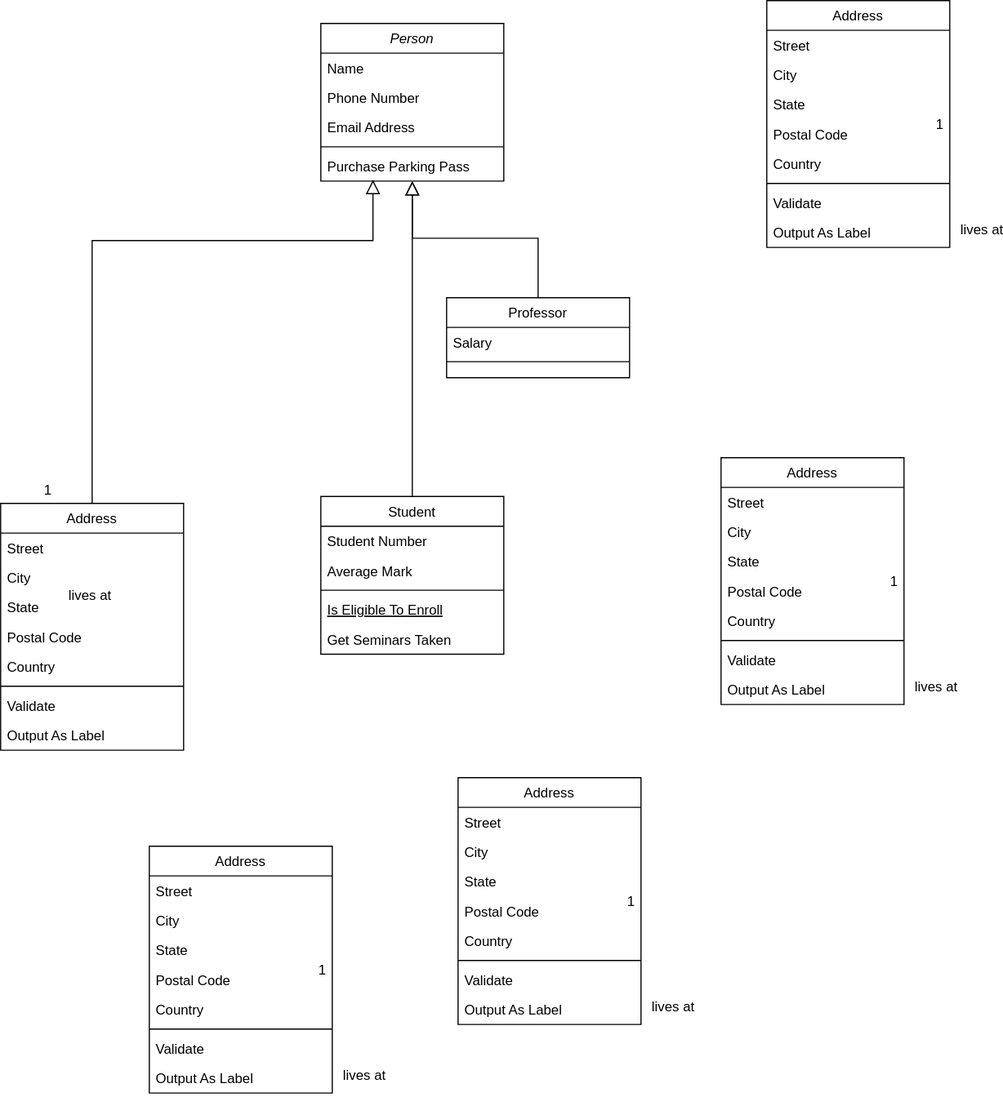
This is TestProgram.drawio.svg from Nuttph/FlowChartTestProgram, a draw.io export, as it was before one commit. Source tidied: cells renumbered, new cells last; positions are measured from the earlier drawing's top-left corner, leaving out a move shared by most shapes.
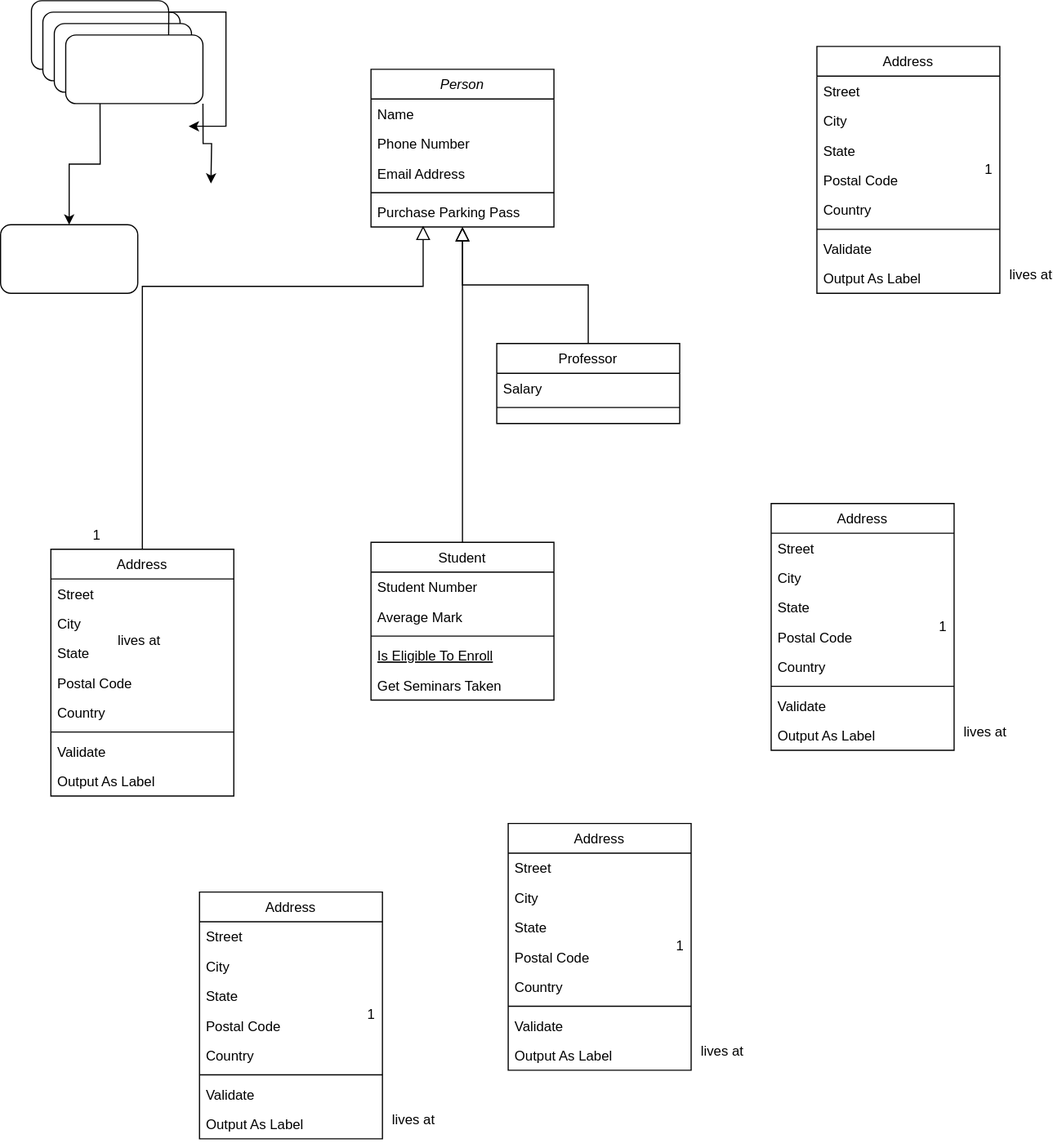
The same diagram one commit later.

Diff of the diagram source:
```diff
@@ -225,5 +225,33 @@
         </Array>
       </mxGeometry>
     </mxCell>
+    <mxCell id="75" style="rounded=1;whiteSpace=wrap;html=1;" parent="1" vertex="1">
+      <mxGeometry x="-17" y="-40" width="120" height="60" as="geometry" />
+    </mxCell>
+    <mxCell id="76" style="rounded=1;whiteSpace=wrap;html=1;" parent="1" vertex="1">
+      <mxGeometry x="-7" y="-30" width="120" height="60" as="geometry" />
+    </mxCell>
+    <mxCell id="77" style="rounded=1;whiteSpace=wrap;html=1;" parent="1" vertex="1">
+      <mxGeometry x="3" y="-20" width="120" height="60" as="geometry" />
+    </mxCell>
+    <mxCell id="78" style="edgeStyle=orthogonalEdgeStyle;rounded=0;jettySize=auto;html=1;exitX=0.25;exitY=1;exitDx=0;exitDy=0;" parent="1" edge="1" source="81" target="82">
+      <mxGeometry relative="1" as="geometry" />
+    </mxCell>
+    <mxCell id="79" style="edgeStyle=orthogonalEdgeStyle;rounded=0;jettySize=auto;html=1;exitX=1;exitY=1;exitDx=0;exitDy=0;" parent="1" edge="1" source="81">
+      <mxGeometry relative="1" as="geometry">
+        <mxPoint x="140" y="120" as="targetPoint" />
+      </mxGeometry>
+    </mxCell>
+    <mxCell id="80" style="edgeStyle=orthogonalEdgeStyle;rounded=0;jettySize=auto;html=1;exitX=0.75;exitY=0;exitDx=0;exitDy=0;" parent="1" edge="1" source="81">
+      <mxGeometry relative="1" as="geometry">
+        <mxPoint x="120" y="70" as="targetPoint" />
+      </mxGeometry>
+    </mxCell>
+    <mxCell id="81" style="rounded=1;whiteSpace=wrap;html=1;" parent="1" vertex="1">
+      <mxGeometry x="13" y="-10" width="120" height="60" as="geometry" />
+    </mxCell>
+    <mxCell id="82" style="rounded=1;whiteSpace=wrap;html=1;" parent="1" vertex="1">
+      <mxGeometry x="-44" y="156" width="120" height="60" as="geometry" />
+    </mxCell>
   </root>
 </mxGraphModel>
```
